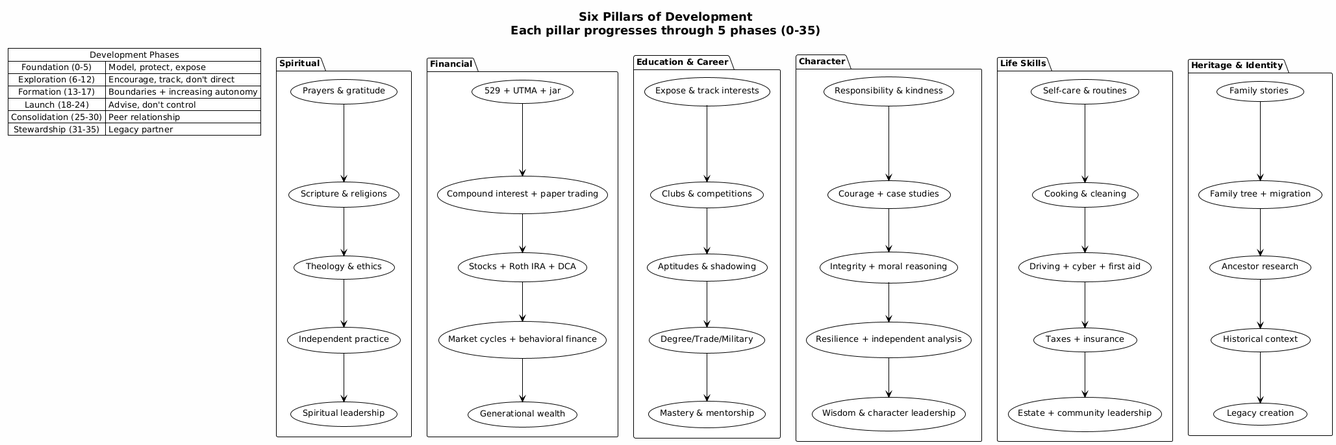
Before: diagrams/pillars_detail.png, a diagram exported from PlantUML (vampireLibrarianMonk/life_planning).
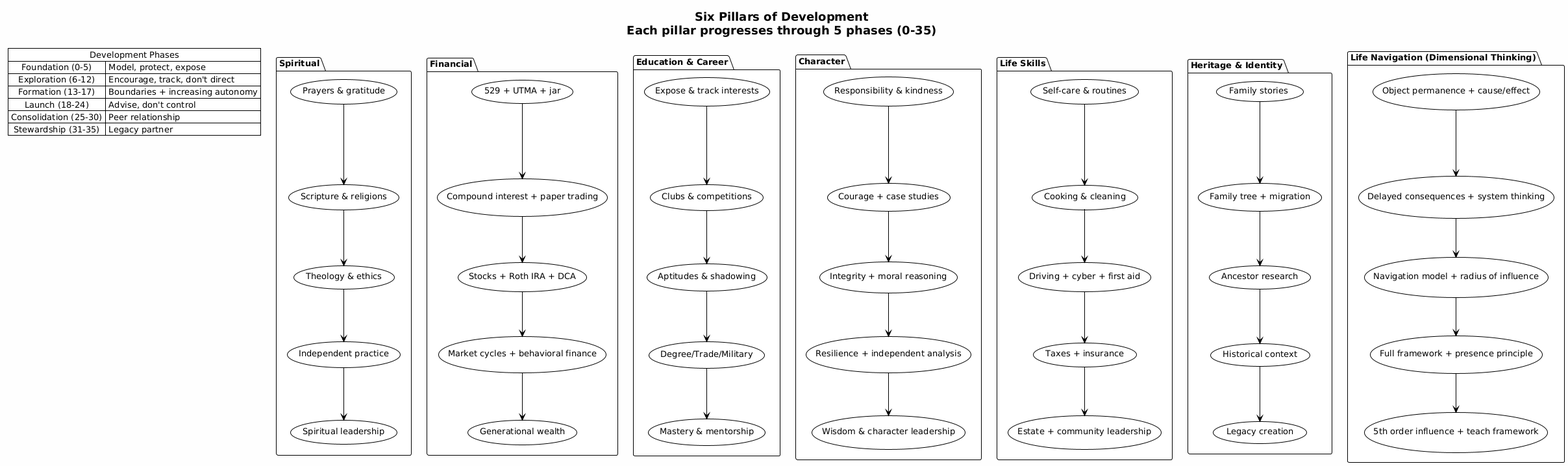
Later version of the same file.

The edit, as a diff of the source:
```diff
@@ -57,4 +57,16 @@
   (Historical context) --> (Legacy creation)
 }
 
+package "Life Navigation (Dimensional Thinking)" {
+  (Object permanence + cause/effect) as nav1
+  (Delayed consequences + system thinking) as nav2
+  (Navigation model + radius of influence) as nav3
+  (Full framework + presence principle) as nav4
+  (5th order influence + teach framework) as nav5
+  nav1 --> nav2
+  nav2 --> nav3
+  nav3 --> nav4
+  nav4 --> nav5
+}
+
 @enduml
```
